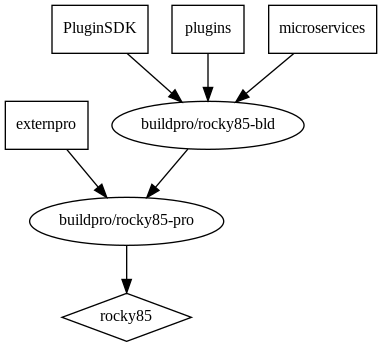
Above: dockergen/graph.png in externpro/externpro (Graphviz), before the change. Its source is kept beside it as dockergen/graph.dot. Its diagram source:
```dot
digraph GG {
  node [fontsize=12];
  "rocky85" [shape=diamond];
  "externpro" [shape=box];
  "PluginSDK" [shape=box];
  "plugins" [shape=box];
  "microservices" [shape=box];
  "buildpro/rocky85-pro" -> "rocky85";
  "buildpro/rocky85-bld" -> "buildpro/rocky85-pro";
  "externpro" -> "buildpro/rocky85-pro";
  "PluginSDK" -> "buildpro/rocky85-bld";
  "plugins" -> "buildpro/rocky85-bld";
  "microservices" -> "buildpro/rocky85-bld";
}
```
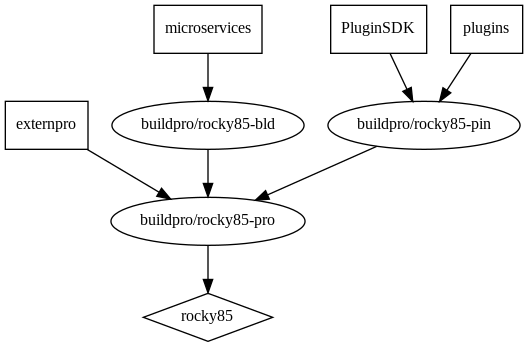
The same diagram one commit later.

Commit message:
dockergen: introducing rocky85-pin

dot -Tpng -ograph.png graph.dot
issue https://github.com/externpro/buildpro/issues/93

What changed in the source:
```diff
@@ -7,8 +7,9 @@
   "microservices" [shape=box];
   "buildpro/rocky85-pro" -> "rocky85";
   "buildpro/rocky85-bld" -> "buildpro/rocky85-pro";
+  "buildpro/rocky85-pin" -> "buildpro/rocky85-pro";
   "externpro" -> "buildpro/rocky85-pro";
-  "PluginSDK" -> "buildpro/rocky85-bld";
-  "plugins" -> "buildpro/rocky85-bld";
+  "PluginSDK" -> "buildpro/rocky85-pin";
+  "plugins" -> "buildpro/rocky85-pin";
   "microservices" -> "buildpro/rocky85-bld";
 }
```
